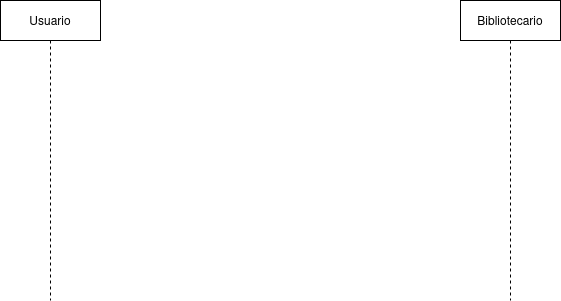
Before: Diagramas/Casos de uso biblioteca/DS Biblioteca.drawio.png, a diagram exported from draw.io (RafaelMayor/ETS). Source tidied: cells renumbered, new cells last; positions are measured from the earlier drawing's top-left corner, leaving out a move shared by most shapes. Source of this version:
```xml
<mxGraphModel>
  <root>
    <mxCell id="0" />
    <mxCell id="1" parent="0" />
    <mxCell id="2" value="Usuario" style="shape=umlLifeline;perimeter=lifelinePerimeter;whiteSpace=wrap;html=1;outlineConnect=0;portConstraint=eastwest;newEdgeStyle={&quot;curved&quot;:0,&quot;rounded&quot;:0};" parent="1" vertex="1">
      <mxGeometry width="100" height="300" as="geometry" />
    </mxCell>
    <mxCell id="3" value="Bibliotecario" style="shape=umlLifeline;perimeter=lifelinePerimeter;whiteSpace=wrap;html=1;outlineConnect=0;portConstraint=eastwest;newEdgeStyle={&quot;curved&quot;:0,&quot;rounded&quot;:0};" parent="1" vertex="1">
      <mxGeometry x="460" width="100" height="300" as="geometry" />
    </mxCell>
  </root>
</mxGraphModel>
```
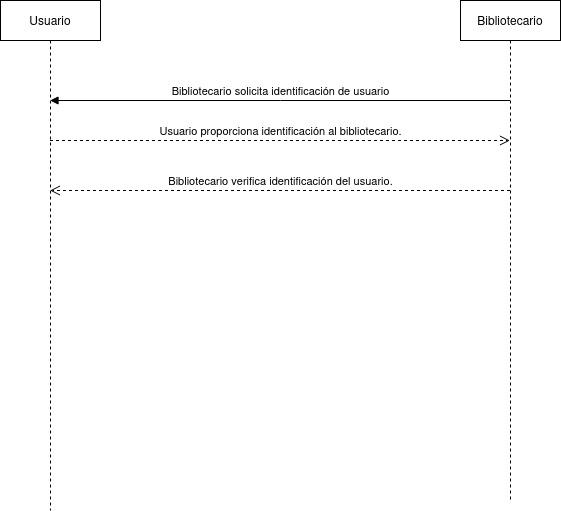
Above is the later version.

What changed in the source:
```diff
@@ -3,10 +3,31 @@
     <mxCell id="0" />
     <mxCell id="1" parent="0" />
     <mxCell id="2" value="Usuario" style="shape=umlLifeline;perimeter=lifelinePerimeter;whiteSpace=wrap;html=1;outlineConnect=0;portConstraint=eastwest;newEdgeStyle={&quot;curved&quot;:0,&quot;rounded&quot;:0};" parent="1" vertex="1">
-      <mxGeometry width="100" height="300" as="geometry" />
+      <mxGeometry width="100" height="510" as="geometry" />
     </mxCell>
     <mxCell id="3" value="Bibliotecario" style="shape=umlLifeline;perimeter=lifelinePerimeter;whiteSpace=wrap;html=1;outlineConnect=0;portConstraint=eastwest;newEdgeStyle={&quot;curved&quot;:0,&quot;rounded&quot;:0};" parent="1" vertex="1">
-      <mxGeometry x="460" width="100" height="300" as="geometry" />
+      <mxGeometry x="460" width="100" height="500" as="geometry" />
     </mxCell>
+    <mxCell id="4" value="&lt;div&gt;Bibliotecario solicita identificación de usuario&lt;/div&gt;" style="html=1;verticalAlign=bottom;endArrow=block;curved=0;rounded=0;" parent="1" edge="1" source="3" target="2">
+      <mxGeometry relative="1" as="geometry">
+        <Array as="points">
+          <mxPoint x="280" y="100" />
+        </Array>
+      </mxGeometry>
+    </mxCell>
+    <mxCell id="5" value="Usuario proporciona identificación al bibliotecario." style="html=1;verticalAlign=bottom;endArrow=open;dashed=1;endSize=8;curved=0;rounded=0;" parent="1" edge="1" source="2" target="3">
+      <mxGeometry relative="1" as="geometry">
+        <Array as="points">
+          <mxPoint x="280" y="140" />
+        </Array>
+      </mxGeometry>
+    </mxCell>
+    <mxCell id="6" value="Bibliotecario verifica identificación del usuario." style="html=1;verticalAlign=bottom;endArrow=open;dashed=1;endSize=8;curved=0;rounded=0;" parent="1" edge="1" source="3" target="2">
+      <mxGeometry relative="1" as="geometry">
+        <Array as="points">
+          <mxPoint x="290" y="190" />
+        </Array>
+      </mxGeometry>
+    </mxCell>
   </root>
 </mxGraphModel>
```
